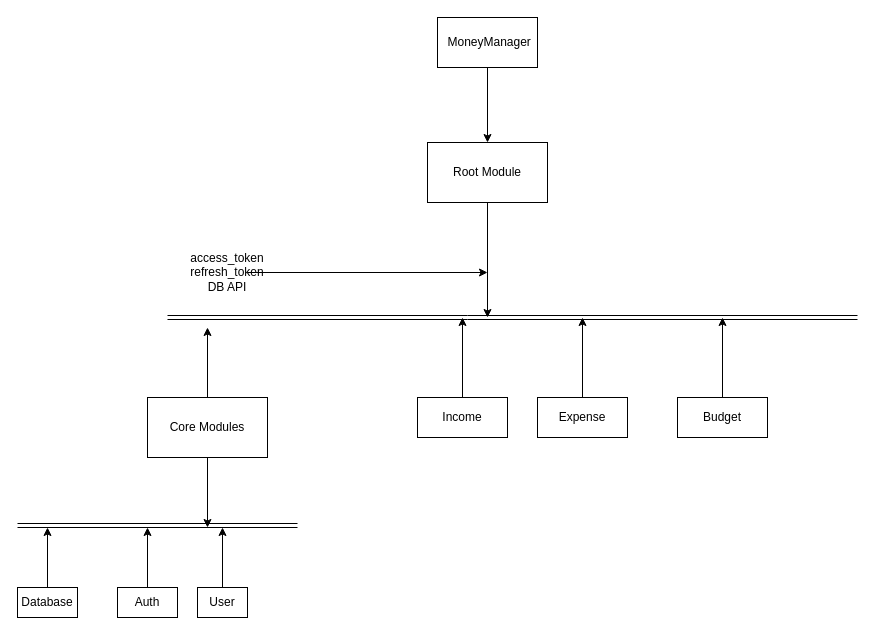
Earlier version of the draw.io diagram achitecture.drawio (chirchir12/backend-money-manager). Source tidied: cells renumbered, new cells numbered last; positions are measured from the earlier drawing's top-left corner, leaving out a move shared by most shapes. Both pictures are drawn from the tidied source at 100%, with x=0, y=0 at pixel (17, 17).
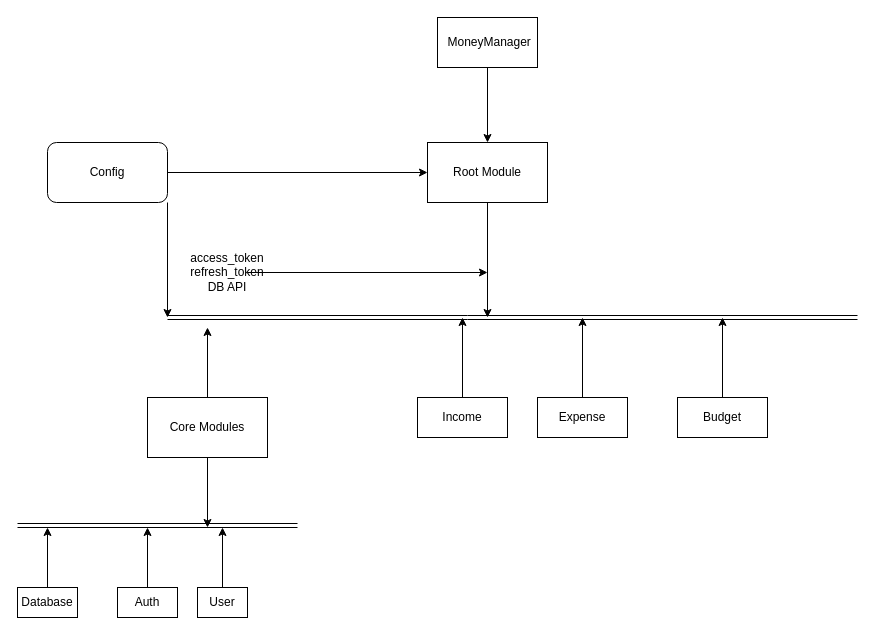
Above is the later version.

Commit message:
add config to the achitecture

The change refers to these unchanged cells:
```xml
<mxCell id="6" value="Root Module" style="whiteSpace=wrap;html=1;dashed=0;" parent="1" vertex="1">
  <mxGeometry x="410" y="125" width="120" height="60" as="geometry" />
</mxCell>
```

The edit, as a diff of the source:
```diff
@@
+    <mxCell id="25" style="edgeStyle=none;jumpStyle=line;html=1;entryX=0;entryY=0.5;entryDx=0;entryDy=0;" parent="1" edge="1" source="27" target="6">
+      <mxGeometry relative="1" as="geometry" />
+    </mxCell>
+    <mxCell id="26" style="edgeStyle=none;jumpStyle=line;html=1;exitX=1;exitY=1;exitDx=0;exitDy=0;" parent="1" edge="1" source="27">
+      <mxGeometry relative="1" as="geometry">
+        <mxPoint x="150" y="300" as="targetPoint" />
+      </mxGeometry>
+    </mxCell>
+    <mxCell id="27" value="Config" style="rounded=1;whiteSpace=wrap;html=1;" parent="1" vertex="1">
+      <mxGeometry x="30" y="125" width="120" height="60" as="geometry" />
+    </mxCell>
```
